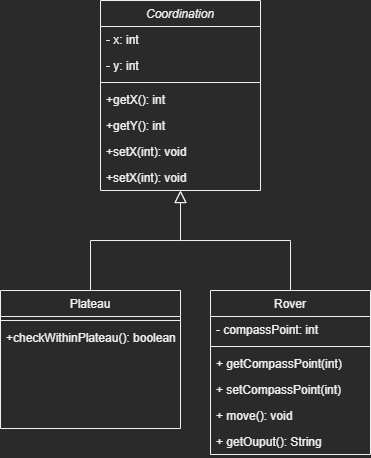
Above: Mars-Rover-Kata.drawio.png in punkason/Mars-Rover-Kata (draw.io), before the change. Source tidied: cells renumbered, new cells last; positions are measured from the earlier drawing's top-left corner, leaving out a move shared by most shapes. The source it was exported from:
```xml
<mxGraphModel>
  <root>
    <mxCell id="0" />
    <mxCell id="1" parent="0" />
    <mxCell id="2" value="Coordination" style="swimlane;fontStyle=2;align=center;verticalAlign=top;horizontal=1;startSize=26;rounded=0;shadow=0;strokeWidth=1;" parent="1" vertex="1">
      <mxGeometry x="100" width="160" height="190" as="geometry" />
    </mxCell>
    <mxCell id="3" value="- x: int" style="text;align=left;verticalAlign=top;spacingLeft=4;spacingRight=4;overflow=hidden;" parent="2" vertex="1">
      <mxGeometry y="26" width="160" height="26" as="geometry" />
    </mxCell>
    <mxCell id="4" value="- y: int" style="text;align=left;verticalAlign=top;spacingLeft=4;spacingRight=4;overflow=hidden;rounded=0;shadow=0;html=0;" parent="2" vertex="1">
      <mxGeometry y="52" width="160" height="26" as="geometry" />
    </mxCell>
    <mxCell id="5" style="line;html=1;strokeWidth=1;align=left;verticalAlign=middle;spacingTop=-1;spacingLeft=3;spacingRight=3;labelPosition=right;" parent="2" vertex="1">
      <mxGeometry y="78" width="160" height="8" as="geometry" />
    </mxCell>
    <mxCell id="6" value="+getX(): int" style="text;align=left;verticalAlign=top;spacingLeft=4;spacingRight=4;overflow=hidden;" parent="2" vertex="1">
      <mxGeometry y="86" width="160" height="26" as="geometry" />
    </mxCell>
    <mxCell id="7" value="+getY(): int" style="text;align=left;verticalAlign=top;spacingLeft=4;spacingRight=4;overflow=hidden;" parent="2" vertex="1">
      <mxGeometry y="112" width="160" height="26" as="geometry" />
    </mxCell>
    <mxCell id="8" value="+setX(int): void" style="text;align=left;verticalAlign=top;spacingLeft=4;spacingRight=4;overflow=hidden;" parent="2" vertex="1">
      <mxGeometry y="138" width="160" height="26" as="geometry" />
    </mxCell>
    <mxCell id="9" value="+setX(int): void" style="text;align=left;verticalAlign=top;spacingLeft=4;spacingRight=4;overflow=hidden;" parent="2" vertex="1">
      <mxGeometry y="164" width="160" height="26" as="geometry" />
    </mxCell>
    <mxCell id="10" value="Plateau" style="swimlane;fontStyle=0;align=center;verticalAlign=top;horizontal=1;startSize=26;rounded=0;shadow=0;strokeWidth=1;" parent="1" vertex="1">
      <mxGeometry y="290" width="180" height="138" as="geometry" />
    </mxCell>
    <mxCell id="11" style="line;html=1;strokeWidth=1;align=left;verticalAlign=middle;spacingTop=-1;spacingLeft=3;spacingRight=3;labelPosition=right;" parent="10" vertex="1">
      <mxGeometry y="26" width="180" height="8" as="geometry" />
    </mxCell>
    <mxCell id="12" value="+checkWithinPlateau(): boolean" style="text;align=left;verticalAlign=top;spacingLeft=4;spacingRight=4;overflow=hidden;" parent="10" vertex="1">
      <mxGeometry y="34" width="180" height="26" as="geometry" />
    </mxCell>
    <mxCell id="13" style="endArrow=block;endSize=10;endFill=0;shadow=0;strokeWidth=1;rounded=0;edgeStyle=elbowEdgeStyle;elbow=vertical;" parent="1" edge="1" source="10" target="2">
      <mxGeometry relative="1" as="geometry" />
    </mxCell>
    <mxCell id="14" value="Rover" style="swimlane;fontStyle=0;align=center;verticalAlign=top;horizontal=1;startSize=26;rounded=0;shadow=0;strokeWidth=1;" parent="1" vertex="1">
      <mxGeometry x="210" y="290" width="160" height="164" as="geometry" />
    </mxCell>
    <mxCell id="15" value="- compassPoint: int" style="text;align=left;verticalAlign=top;spacingLeft=4;spacingRight=4;overflow=hidden;" parent="14" vertex="1">
      <mxGeometry y="26" width="160" height="26" as="geometry" />
    </mxCell>
    <mxCell id="16" style="line;html=1;strokeWidth=1;align=left;verticalAlign=middle;spacingTop=-1;spacingLeft=3;spacingRight=3;labelPosition=right;" parent="14" vertex="1">
      <mxGeometry y="52" width="160" height="8" as="geometry" />
    </mxCell>
    <mxCell id="17" value="+ getCompassPoint(int)" style="text;align=left;verticalAlign=top;spacingLeft=4;spacingRight=4;overflow=hidden;" parent="14" vertex="1">
      <mxGeometry y="60" width="160" height="26" as="geometry" />
    </mxCell>
    <mxCell id="18" value="+ setCompassPoint(int)" style="text;align=left;verticalAlign=top;spacingLeft=4;spacingRight=4;overflow=hidden;" parent="14" vertex="1">
      <mxGeometry y="86" width="160" height="26" as="geometry" />
    </mxCell>
    <mxCell id="19" value="+ move(): void" style="text;align=left;verticalAlign=top;spacingLeft=4;spacingRight=4;overflow=hidden;" parent="14" vertex="1">
      <mxGeometry y="112" width="160" height="26" as="geometry" />
    </mxCell>
    <mxCell id="20" value="+ getOuput(): String" style="text;align=left;verticalAlign=top;spacingLeft=4;spacingRight=4;overflow=hidden;" parent="14" vertex="1">
      <mxGeometry y="138" width="160" height="26" as="geometry" />
    </mxCell>
    <mxCell id="21" style="endArrow=block;endSize=10;endFill=0;shadow=0;strokeWidth=1;rounded=0;edgeStyle=elbowEdgeStyle;elbow=vertical;" parent="1" edge="1" source="14" target="2">
      <mxGeometry relative="1" as="geometry" />
    </mxCell>
  </root>
</mxGraphModel>
```
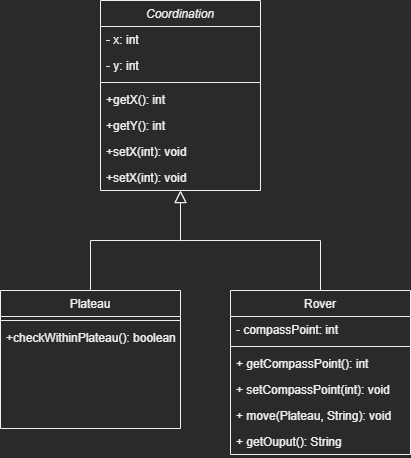
Later version of the same file.

Diff of the diagram source:
```diff
@@ -39,25 +39,25 @@
       <mxGeometry relative="1" as="geometry" />
     </mxCell>
     <mxCell id="14" value="Rover" style="swimlane;fontStyle=0;align=center;verticalAlign=top;horizontal=1;startSize=26;rounded=0;shadow=0;strokeWidth=1;" parent="1" vertex="1">
-      <mxGeometry x="210" y="290" width="160" height="164" as="geometry" />
+      <mxGeometry x="230" y="290" width="180" height="164" as="geometry" />
     </mxCell>
     <mxCell id="15" value="- compassPoint: int" style="text;align=left;verticalAlign=top;spacingLeft=4;spacingRight=4;overflow=hidden;" parent="14" vertex="1">
-      <mxGeometry y="26" width="160" height="26" as="geometry" />
+      <mxGeometry y="26" width="180" height="26" as="geometry" />
     </mxCell>
     <mxCell id="16" style="line;html=1;strokeWidth=1;align=left;verticalAlign=middle;spacingTop=-1;spacingLeft=3;spacingRight=3;labelPosition=right;" parent="14" vertex="1">
-      <mxGeometry y="52" width="160" height="8" as="geometry" />
+      <mxGeometry y="52" width="180" height="8" as="geometry" />
     </mxCell>
-    <mxCell id="17" value="+ getCompassPoint(int)" style="text;align=left;verticalAlign=top;spacingLeft=4;spacingRight=4;overflow=hidden;" parent="14" vertex="1">
-      <mxGeometry y="60" width="160" height="26" as="geometry" />
+    <mxCell id="17" value="+ getCompassPoint(): int" style="text;align=left;verticalAlign=top;spacingLeft=4;spacingRight=4;overflow=hidden;" parent="14" vertex="1">
+      <mxGeometry y="60" width="180" height="26" as="geometry" />
     </mxCell>
-    <mxCell id="18" value="+ setCompassPoint(int)" style="text;align=left;verticalAlign=top;spacingLeft=4;spacingRight=4;overflow=hidden;" parent="14" vertex="1">
-      <mxGeometry y="86" width="160" height="26" as="geometry" />
+    <mxCell id="18" value="+ setCompassPoint(int): void" style="text;align=left;verticalAlign=top;spacingLeft=4;spacingRight=4;overflow=hidden;" parent="14" vertex="1">
+      <mxGeometry y="86" width="180" height="26" as="geometry" />
     </mxCell>
-    <mxCell id="19" value="+ move(): void" style="text;align=left;verticalAlign=top;spacingLeft=4;spacingRight=4;overflow=hidden;" parent="14" vertex="1">
-      <mxGeometry y="112" width="160" height="26" as="geometry" />
+    <mxCell id="19" value="+ move(Plateau, String): void" style="text;align=left;verticalAlign=top;spacingLeft=4;spacingRight=4;overflow=hidden;" parent="14" vertex="1">
+      <mxGeometry y="112" width="180" height="26" as="geometry" />
     </mxCell>
     <mxCell id="20" value="+ getOuput(): String" style="text;align=left;verticalAlign=top;spacingLeft=4;spacingRight=4;overflow=hidden;" parent="14" vertex="1">
-      <mxGeometry y="138" width="160" height="26" as="geometry" />
+      <mxGeometry y="138" width="180" height="26" as="geometry" />
     </mxCell>
     <mxCell id="21" style="endArrow=block;endSize=10;endFill=0;shadow=0;strokeWidth=1;rounded=0;edgeStyle=elbowEdgeStyle;elbow=vertical;" parent="1" edge="1" source="14" target="2">
       <mxGeometry relative="1" as="geometry" />
```
